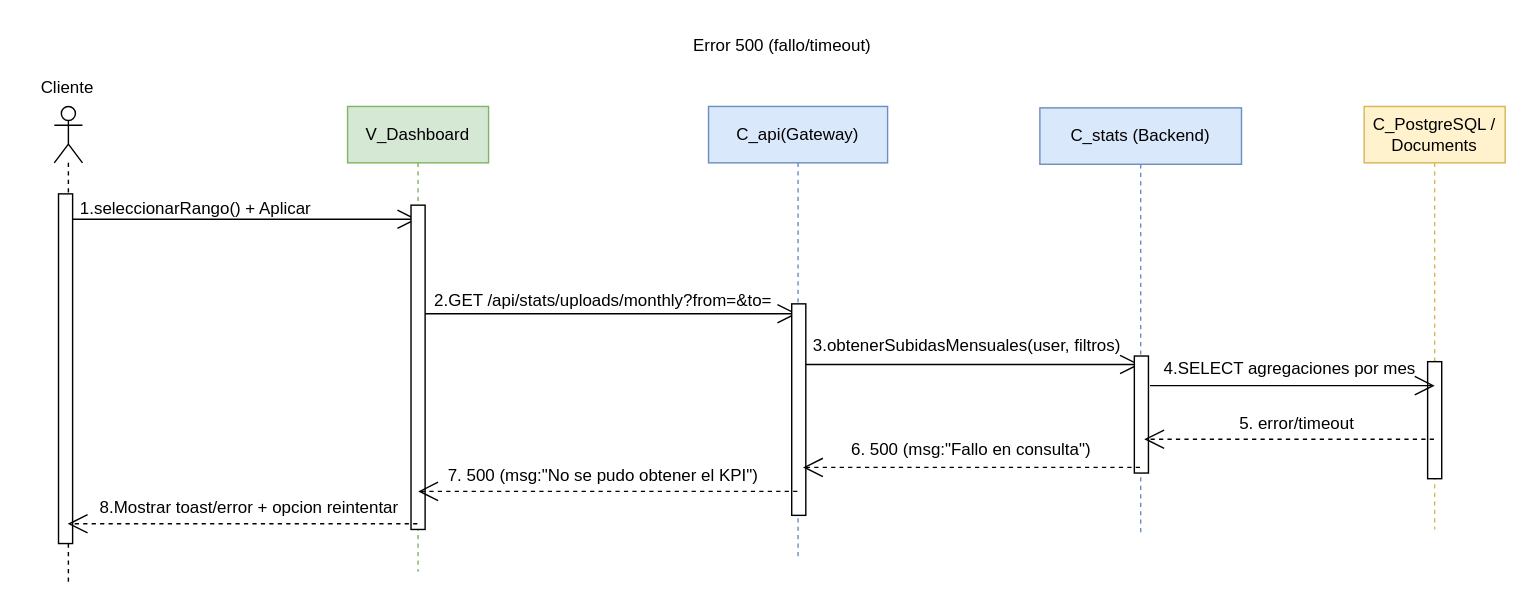
Above: page "CU52" (8 of 8) of INCREMENTO 3/Diagrama de secuencia(Error).drawio in Shizars/Proyecto-ing-soft-1-y-2 (draw.io), before the change. Source tidied: cells renumbered, new cells numbered last; positions are measured from the earlier drawing's top-left corner, leaving out a move shared by most shapes. Both pictures are drawn from the tidied source at 141%, with x=0, y=0 at pixel (24, 24).
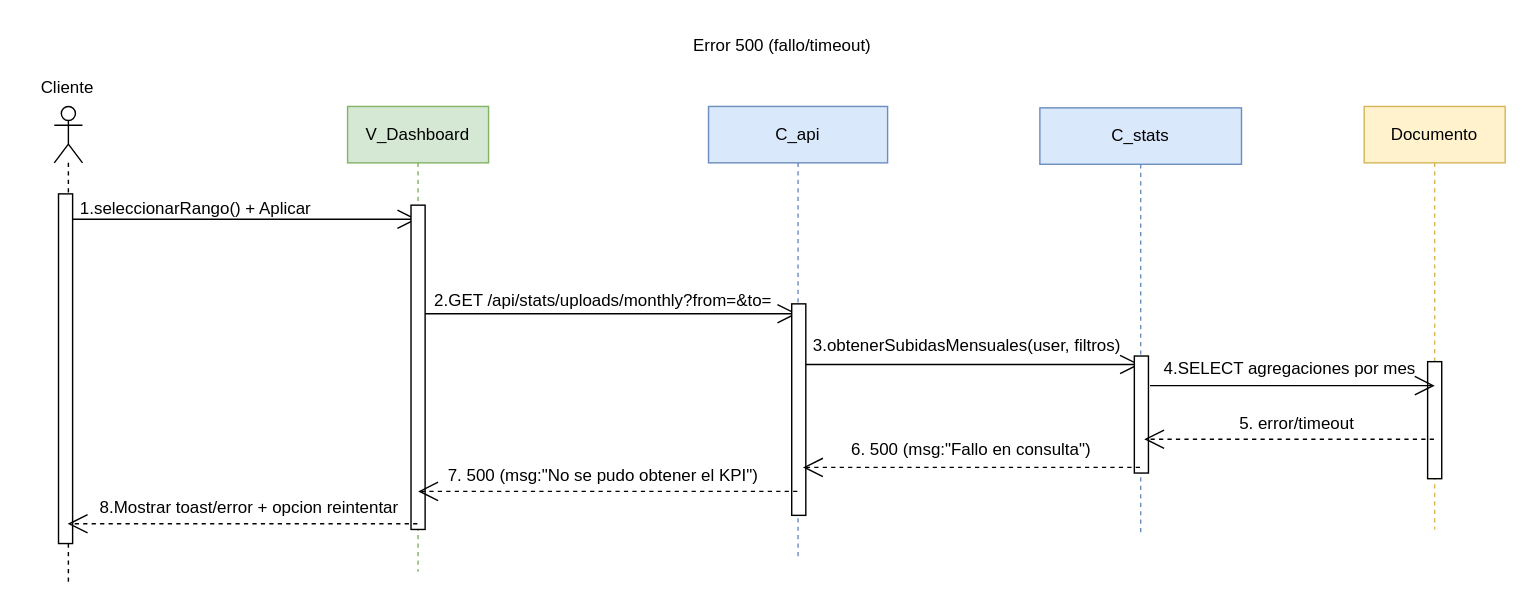
After the change.

What changed in the source:
```diff
@@
-    <mxCell id="4" value="C_api(Gateway)" style="shape=umlLifeline;perimeter=lifelinePerimeter;whiteSpace=wrap;html=1;outlineConnect=0;portConstraint=eastwest;newEdgeStyle={&quot;curved&quot;:0,&quot;rounded&quot;:0};fillColor=#dae8fc;strokeColor=#6c8ebf;" parent="1" vertex="1">
+    <mxCell id="4" value="C_api" style="shape=umlLifeline;perimeter=lifelinePerimeter;whiteSpace=wrap;html=1;outlineConnect=0;portConstraint=eastwest;newEdgeStyle={&quot;curved&quot;:0,&quot;rounded&quot;:0};fillColor=#dae8fc;strokeColor=#6c8ebf;" parent="1" vertex="1">
       <mxGeometry x="485" y="58" width="127" height="320" as="geometry" />
     </mxCell>
-    <mxCell id="5" value="C_stats (Backend)" style="shape=umlLifeline;perimeter=lifelinePerimeter;whiteSpace=wrap;html=1;outlineConnect=0;portConstraint=eastwest;newEdgeStyle={&quot;curved&quot;:0,&quot;rounded&quot;:0};fillColor=#dae8fc;strokeColor=#6c8ebf;" parent="1" vertex="1">
+    <mxCell id="5" value="C_stats" style="shape=umlLifeline;perimeter=lifelinePerimeter;whiteSpace=wrap;html=1;outlineConnect=0;portConstraint=eastwest;newEdgeStyle={&quot;curved&quot;:0,&quot;rounded&quot;:0};fillColor=#dae8fc;strokeColor=#6c8ebf;" parent="1" vertex="1">
       <mxGeometry x="720" y="59" width="143" height="301" as="geometry" />
     </mxCell>
@@
-    <mxCell id="24" value="C_PostgreSQL / Documents" style="shape=umlLifeline;perimeter=lifelinePerimeter;whiteSpace=wrap;html=1;newEdgeStyle={&quot;curved&quot;:0,&quot;rounded&quot;:0};fillColor=#fff2cc;strokeColor=#d6b656;" parent="1" vertex="1">
+    <mxCell id="24" value="Documento" style="shape=umlLifeline;perimeter=lifelinePerimeter;whiteSpace=wrap;html=1;newEdgeStyle={&quot;curved&quot;:0,&quot;rounded&quot;:0};fillColor=#fff2cc;strokeColor=#d6b656;" parent="1" vertex="1">
       <mxGeometry x="950" y="58" width="100" height="300" as="geometry" />
     </mxCell>
```
